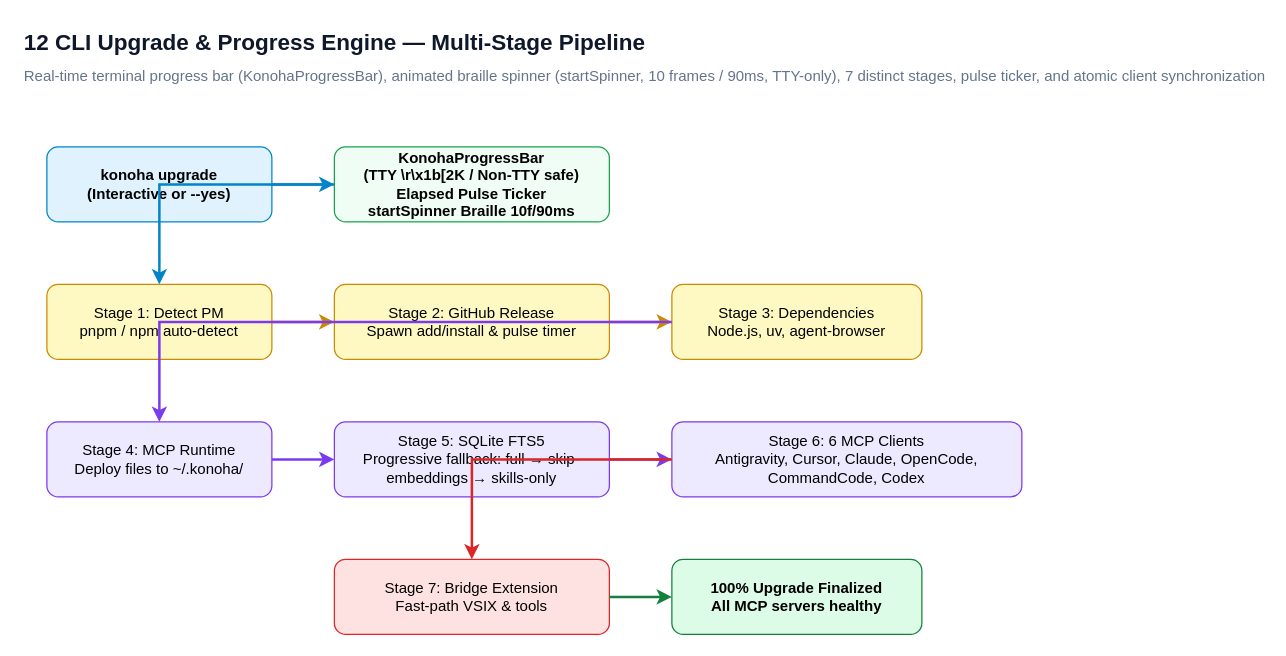
andycungkrinx91/konoha keeps this draw.io diagram as page "12 CLI Upgrade & Progress Engine" (12 of 12) of docs/diagrams/konoha-architecture.drawio. Above is the earlier version. Source tidied: cells renumbered, new cells numbered last; positions are measured from the earlier drawing's top-left corner, leaving out a move shared by most shapes. Both pictures are drawn from the tidied source at 125%, with x=0, y=0 at pixel (21, 21).
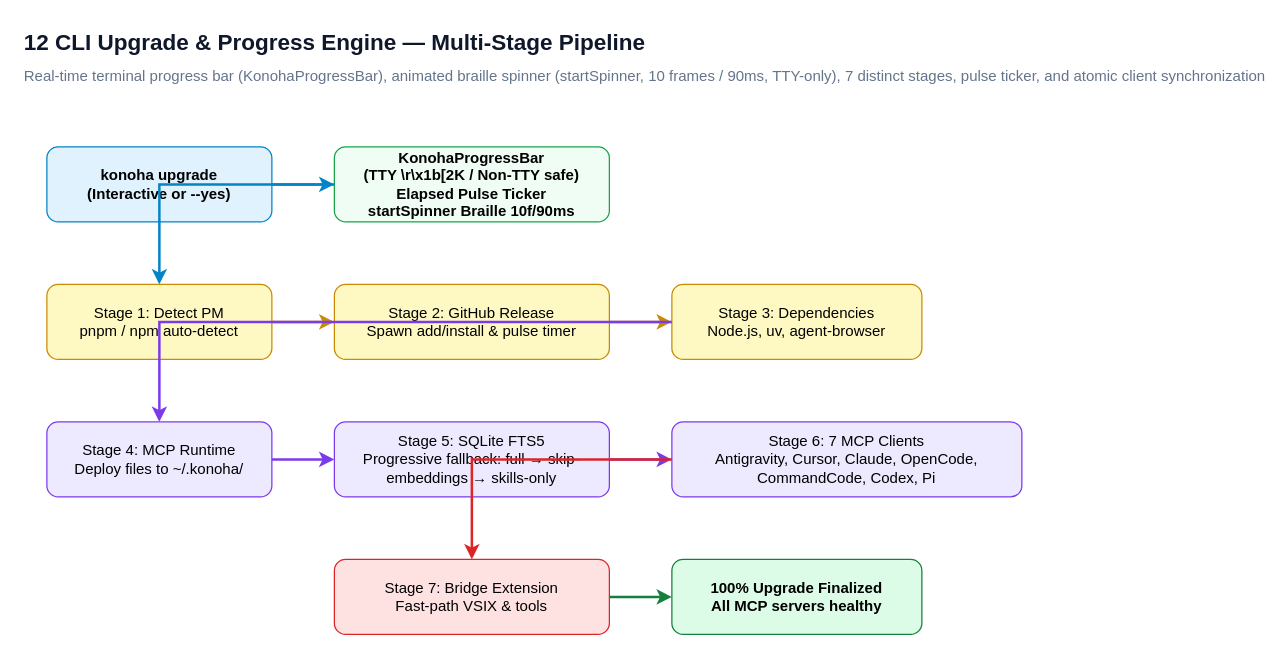
The same page after the edit.

Diff of the diagram source:
```diff
@@
-    <mxCell id="11" value="Stage 6: 6 MCP Clients&#10;Antigravity, Cursor, Claude, OpenCode, CommandCode, Codex" style="rounded=1;whiteSpace=wrap;html=1;fillColor=#ede9fe;strokeColor=#7c3aed;" parent="1" vertex="1">
+    <mxCell id="11" value="Stage 6: 7 MCP Clients&#10;Antigravity, Cursor, Claude, OpenCode, CommandCode, Codex, Pi" style="rounded=1;whiteSpace=wrap;html=1;fillColor=#ede9fe;strokeColor=#7c3aed;" parent="1" vertex="1">
       <mxGeometry x="520" y="320" width="280" height="60" as="geometry" />
     </mxCell>
```
